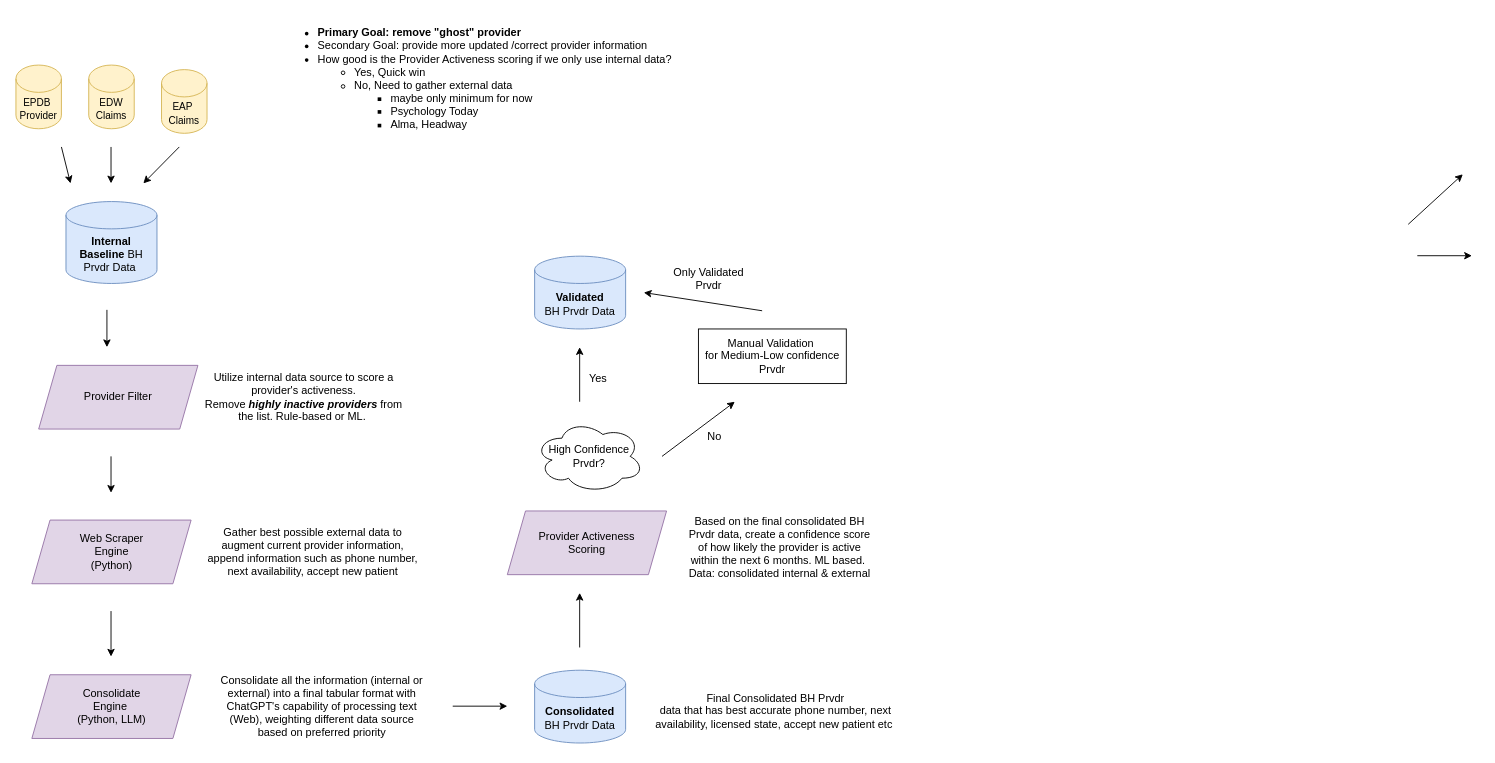
The draw.io diagram bh_provider_data_bigpicture.drawio in miaow27/miaow27, before the edit. Source tidied: cells renumbered, new cells numbered last; positions are measured from the earlier drawing's top-left corner, leaving out a move shared by most shapes. Both pictures are drawn from the tidied source at 91%, with x=0, y=0 at pixel (15, 19).
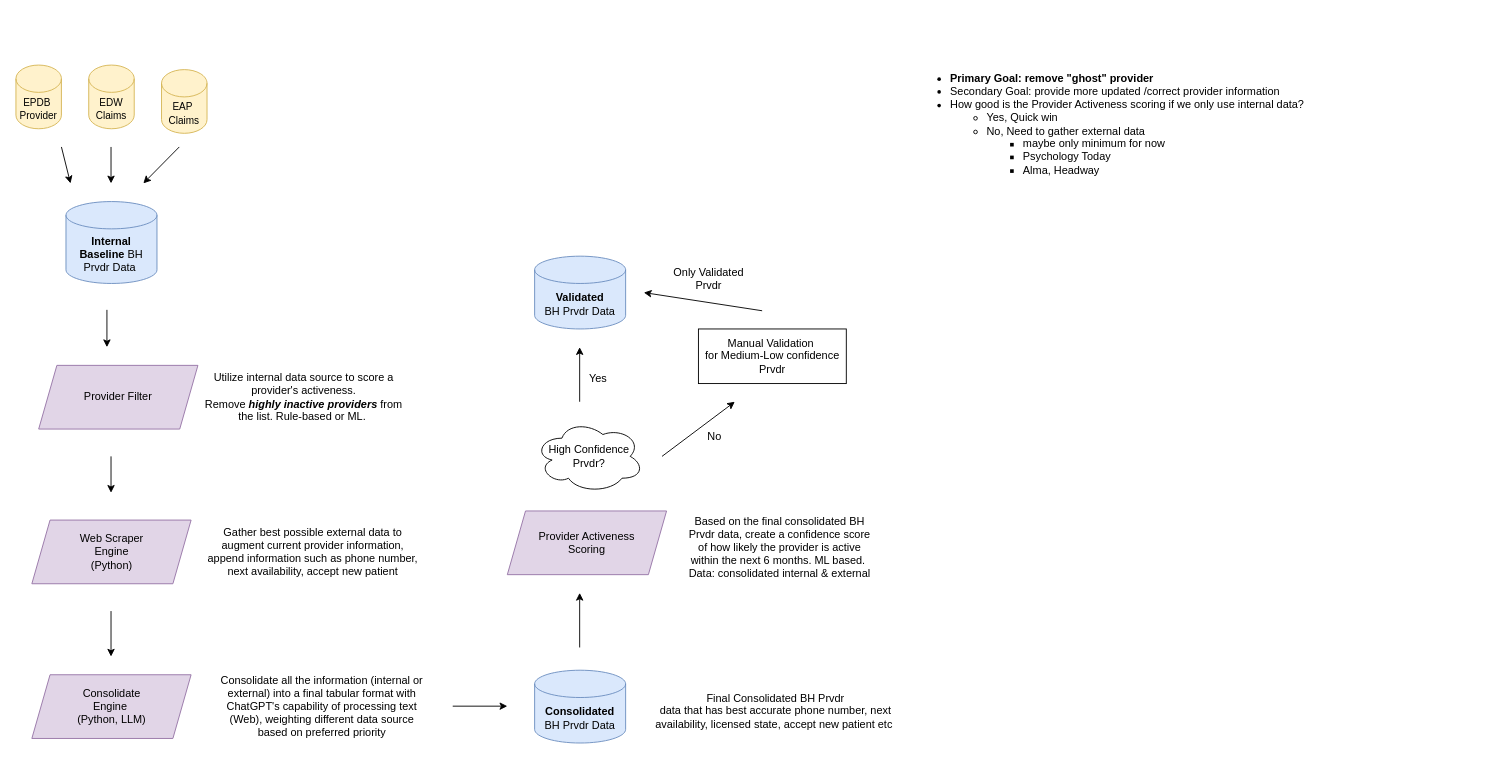
The same page after the edit.

What changed in the source:
```diff
@@
-    <mxCell id="23" style="endArrow=classic;html=1;rounded=0;" parent="1" edge="1">
-      <mxGeometry relative="1" as="geometry">
-        <mxPoint x="1540" y="259.5" as="sourcePoint" />
-        <mxPoint x="1600" y="259.5" as="targetPoint" />
-      </mxGeometry>
-    </mxCell>
-    <mxCell id="24" style="endArrow=classic;html=1;rounded=0;" parent="1" edge="1">
-      <mxGeometry relative="1" as="geometry">
-        <mxPoint x="1530" y="225" as="sourcePoint" />
-        <mxPoint x="1590" y="170" as="targetPoint" />
-      </mxGeometry>
-    </mxCell>
@@
     <mxCell id="35" value="&lt;ul&gt;&lt;li&gt;&lt;b&gt;Primary Goal: remove &quot;ghost&quot; provider&lt;/b&gt;&lt;/li&gt;&lt;li&gt;Secondary Goal: provide more updated /correct provider information&amp;nbsp;&lt;/li&gt;&lt;li&gt;How good is the Provider Activeness scoring if we only use internal data?&lt;/li&gt;&lt;ul&gt;&lt;li style=&quot;&quot;&gt;Yes, Quick win&lt;/li&gt;&lt;li style=&quot;&quot;&gt;No, Need to gather external data&amp;nbsp;&lt;/li&gt;&lt;ul&gt;&lt;li style=&quot;&quot;&gt;maybe only minimum for now&amp;nbsp;&lt;/li&gt;&lt;li style=&quot;&quot;&gt;Psychology Today&lt;/li&gt;&lt;li style=&quot;&quot;&gt;Alma, Headway&lt;/li&gt;&lt;/ul&gt;&lt;/ul&gt;&lt;/ul&gt;" style="text;html=1;strokeColor=none;fillColor=none;align=left;verticalAlign=middle;whiteSpace=wrap;rounded=0;" parent="1" vertex="1">
-      <mxGeometry x="290" width="440" height="130" as="geometry" />
+      <mxGeometry x="985" y="50" width="440" height="130" as="geometry" />
     </mxCell>
```
